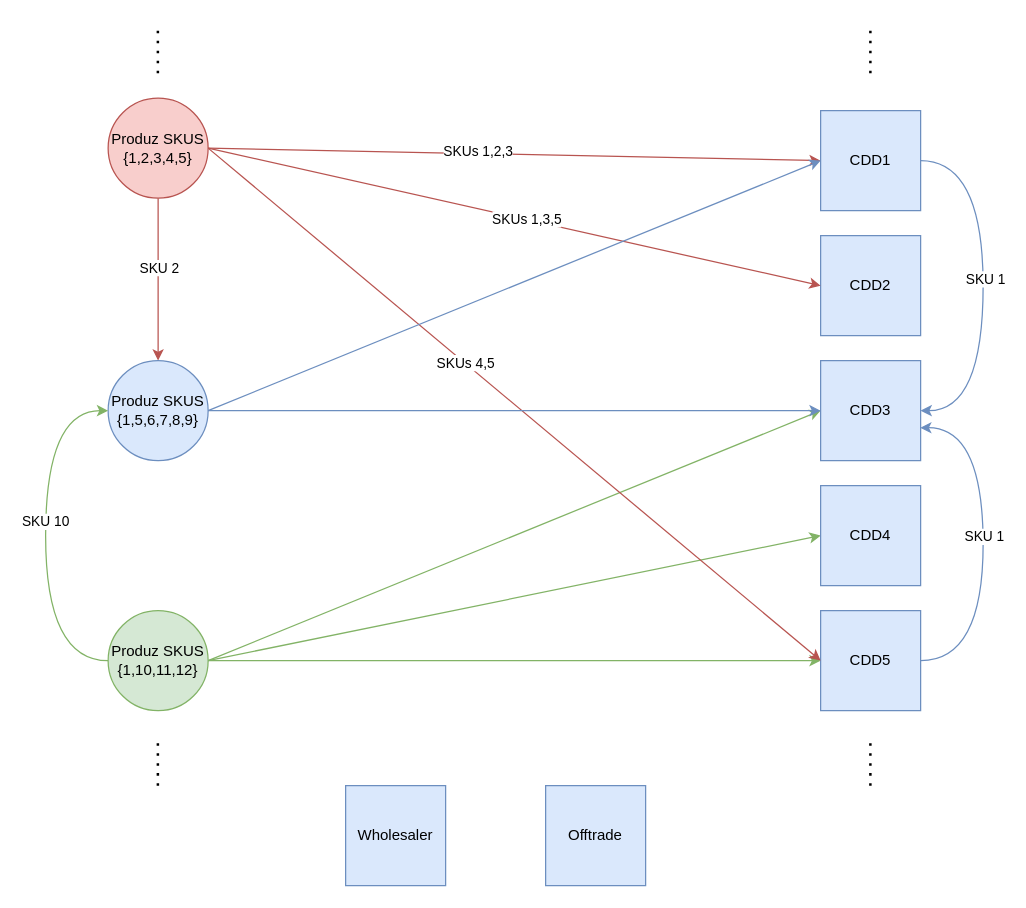
Earlier version of the draw.io diagram page "Page-7" (7 of 7) of c4-context.drawio (viniciusbds/draw-io). Source tidied: cells renumbered, new cells numbered last; positions are measured from the earlier drawing's top-left corner, leaving out a move shared by most shapes. Both pictures are drawn from the tidied source at 125%, with x=0, y=0 at pixel (45, 22).
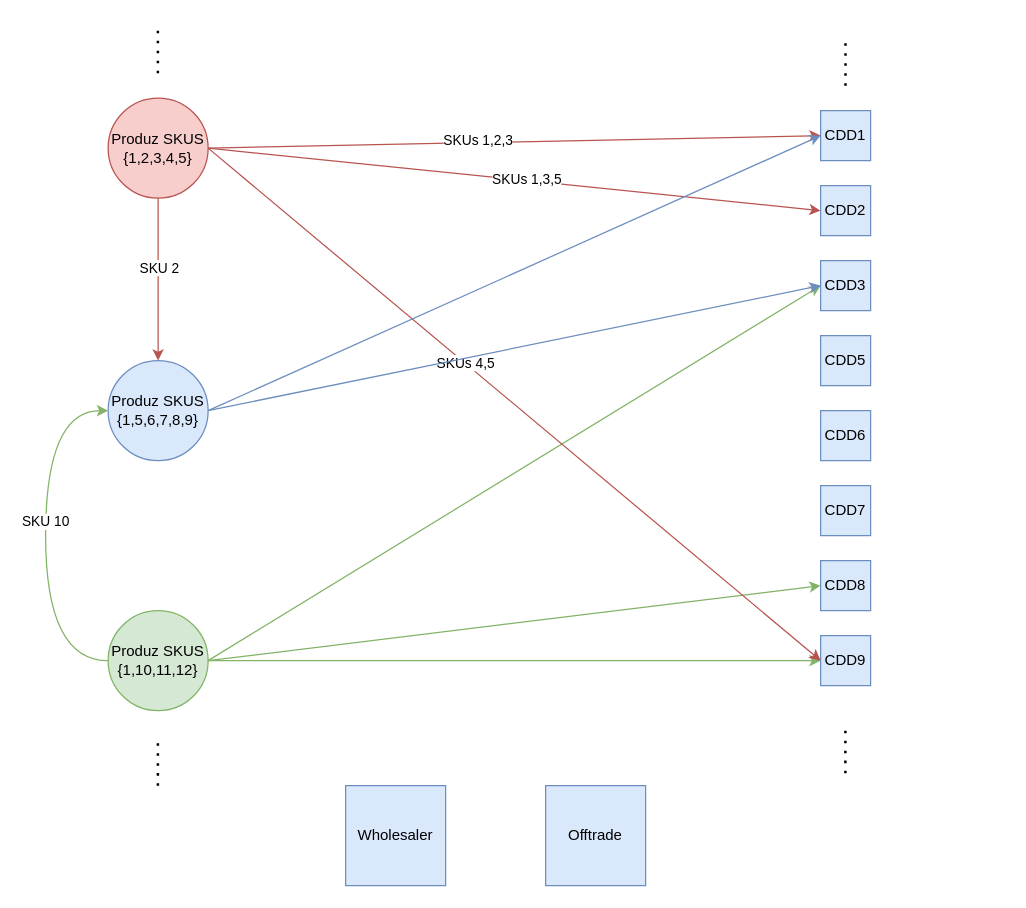
After the change.

The edit, as a diff of the source:
```diff
@@
-    <mxCell id="14" style="edgeStyle=orthogonalEdgeStyle;curved=1;rounded=0;jettySize=auto;html=1;exitX=1;exitY=0.5;exitDx=0;exitDy=0;entryX=1;entryY=0.5;entryDx=0;entryDy=0;fillColor=#dae8fc;strokeColor=#6c8ebf;" parent="1" edge="1" source="16" target="18">
-      <mxGeometry relative="1" as="geometry">
-        <Array as="points">
-          <mxPoint x="750" y="110" />
-          <mxPoint x="750" y="310" />
-        </Array>
-      </mxGeometry>
-    </mxCell>
-    <mxCell id="15" value="SKU 1" style="edgeLabel;html=1;align=center;verticalAlign=middle;" parent="14" vertex="1">
-      <mxGeometry x="-0.04" y="1" relative="1" as="geometry" />
-    </mxCell>
     <mxCell id="16" value="CDD1" style="whiteSpace=wrap;html=1;fillColor=#dae8fc;strokeColor=#6c8ebf;" parent="1" vertex="1">
-      <mxGeometry x="620" y="70" width="80" height="80" as="geometry" />
+      <mxGeometry x="620" y="70" width="40" height="40" as="geometry" />
     </mxCell>
     <mxCell id="17" value="CDD2" style="whiteSpace=wrap;html=1;fillColor=#dae8fc;strokeColor=#6c8ebf;" parent="1" vertex="1">
-      <mxGeometry x="620" y="170" width="80" height="80" as="geometry" />
+      <mxGeometry x="620" y="130" width="40" height="40" as="geometry" />
     </mxCell>
     <mxCell id="18" value="CDD3" style="whiteSpace=wrap;html=1;fillColor=#dae8fc;strokeColor=#6c8ebf;" parent="1" vertex="1">
-      <mxGeometry x="620" y="270" width="80" height="80" as="geometry" />
+      <mxGeometry x="620" y="190" width="40" height="40" as="geometry" />
     </mxCell>
-    <mxCell id="19" style="edgeStyle=orthogonalEdgeStyle;curved=1;rounded=0;jettySize=auto;html=1;exitX=1;exitY=0.5;exitDx=0;exitDy=0;entryX=0.996;entryY=0.671;entryDx=0;entryDy=0;entryPerimeter=0;fillColor=#dae8fc;strokeColor=#6c8ebf;" parent="1" edge="1" source="21" target="18">
-      <mxGeometry relative="1" as="geometry">
-        <Array as="points">
-          <mxPoint x="750" y="510" />
-          <mxPoint x="750" y="324" />
-        </Array>
-      </mxGeometry>
-    </mxCell>
-    <mxCell id="20" value="SKU 1" style="edgeLabel;html=1;align=center;verticalAlign=middle;" parent="19" vertex="1">
-      <mxGeometry x="0.05" relative="1" as="geometry" />
-    </mxCell>
-    <mxCell id="21" value="&lt;span&gt;CDD5&lt;/span&gt;" style="whiteSpace=wrap;html=1;fillColor=#dae8fc;strokeColor=#6c8ebf;" parent="1" vertex="1">
-      <mxGeometry x="620" y="470" width="80" height="80" as="geometry" />
+    <mxCell id="21" value="CDD9" style="whiteSpace=wrap;html=1;fillColor=#dae8fc;strokeColor=#6c8ebf;" parent="1" vertex="1">
+      <mxGeometry x="620" y="490" width="40" height="40" as="geometry" />
     </mxCell>
-    <mxCell id="22" value="CDD4" style="whiteSpace=wrap;html=1;fillColor=#dae8fc;strokeColor=#6c8ebf;" parent="1" vertex="1">
-      <mxGeometry x="620" y="370" width="80" height="80" as="geometry" />
+    <mxCell id="22" value="CDD8" style="whiteSpace=wrap;html=1;fillColor=#dae8fc;strokeColor=#6c8ebf;" parent="1" vertex="1">
+      <mxGeometry x="620" y="430" width="40" height="40" as="geometry" />
     </mxCell>
@@
     <mxCell id="29" style="endArrow=none;dashed=1;html=1;dashPattern=1 3;strokeWidth=2;rounded=0;curved=1;" parent="1" edge="1">
       <mxGeometry relative="1" as="geometry">
-        <mxPoint x="659.8" y="40" as="sourcePoint" />
-        <mxPoint x="659.8" as="targetPoint" />
+        <mxPoint x="639.9" y="50" as="sourcePoint" />
+        <mxPoint x="639.9" y="10" as="targetPoint" />
       </mxGeometry>
     </mxCell>
     <mxCell id="30" style="endArrow=none;dashed=1;html=1;dashPattern=1 3;strokeWidth=2;rounded=0;curved=1;" parent="1" edge="1">
       <mxGeometry relative="1" as="geometry">
-        <mxPoint x="659.8" y="610" as="sourcePoint" />
-        <mxPoint x="659.8" y="570" as="targetPoint" />
+        <mxPoint x="639.8" y="600" as="sourcePoint" />
+        <mxPoint x="639.8" y="560" as="targetPoint" />
       </mxGeometry>
     </mxCell>
@@
+    <mxCell id="35" value="CDD7" style="whiteSpace=wrap;html=1;fillColor=#dae8fc;strokeColor=#6c8ebf;" parent="1" vertex="1">
+      <mxGeometry x="620" y="370" width="40" height="40" as="geometry" />
+    </mxCell>
+    <mxCell id="36" value="&lt;span&gt;CDD5&lt;/span&gt;" style="whiteSpace=wrap;html=1;fillColor=#dae8fc;strokeColor=#6c8ebf;" parent="1" vertex="1">
+      <mxGeometry x="620" y="250" width="40" height="40" as="geometry" />
+    </mxCell>
+    <mxCell id="37" value="CDD6" style="whiteSpace=wrap;html=1;fillColor=#dae8fc;strokeColor=#6c8ebf;" parent="1" vertex="1">
+      <mxGeometry x="620" y="310" width="40" height="40" as="geometry" />
+    </mxCell>
```
